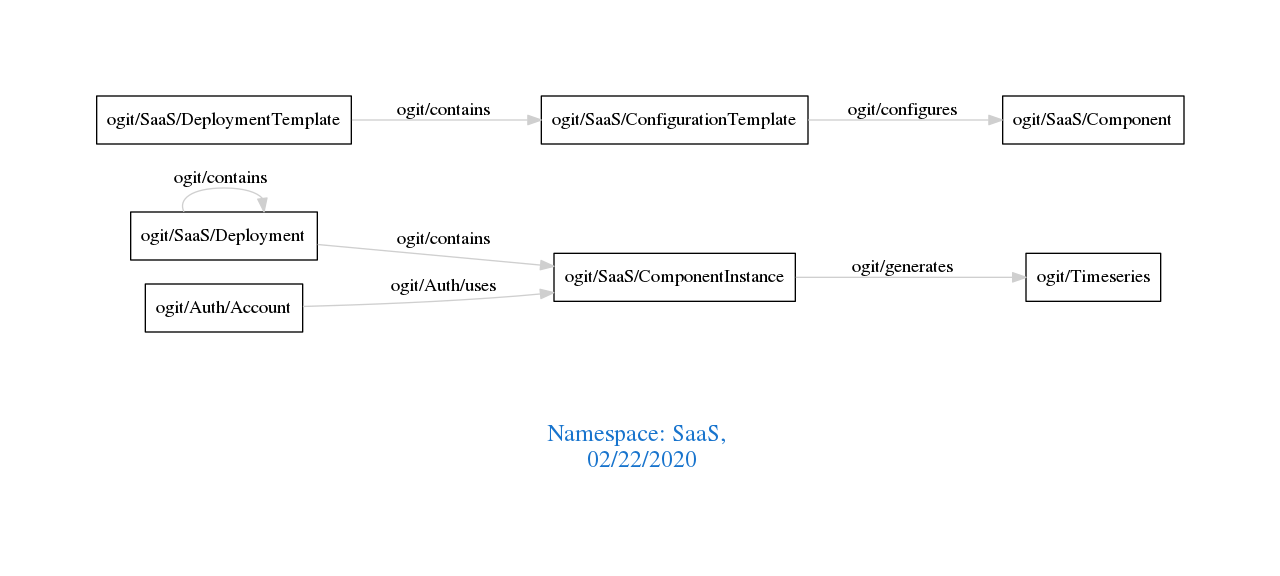
Earlier version of the Graphviz export downloads/SaaS.png (arago/OGIT). Its source is kept beside it as downloads/SaaS.dot.
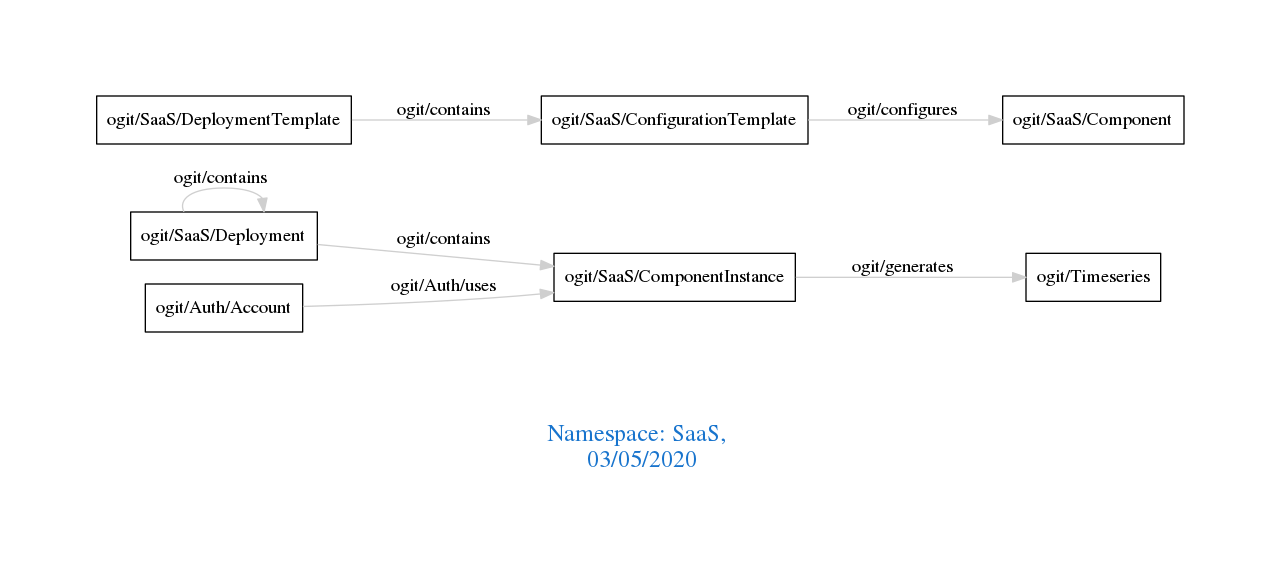
Above is the later version.

Diff of the diagram source:
```diff
@@ -1,7 +1,7 @@
 digraph OGIT_ontology {
  graph [ rankdir= LR,pad=1
 fontsize = 18,
-fontcolor= dodgerblue3,label = "\n\n\nNamespace: SaaS, \n 02/22/2020"];
+fontcolor= dodgerblue3,label = "\n\n\nNamespace: SaaS, \n 03/05/2020"];
 node[shape=polygon];
 edge [  color="gray81"];
 
```
